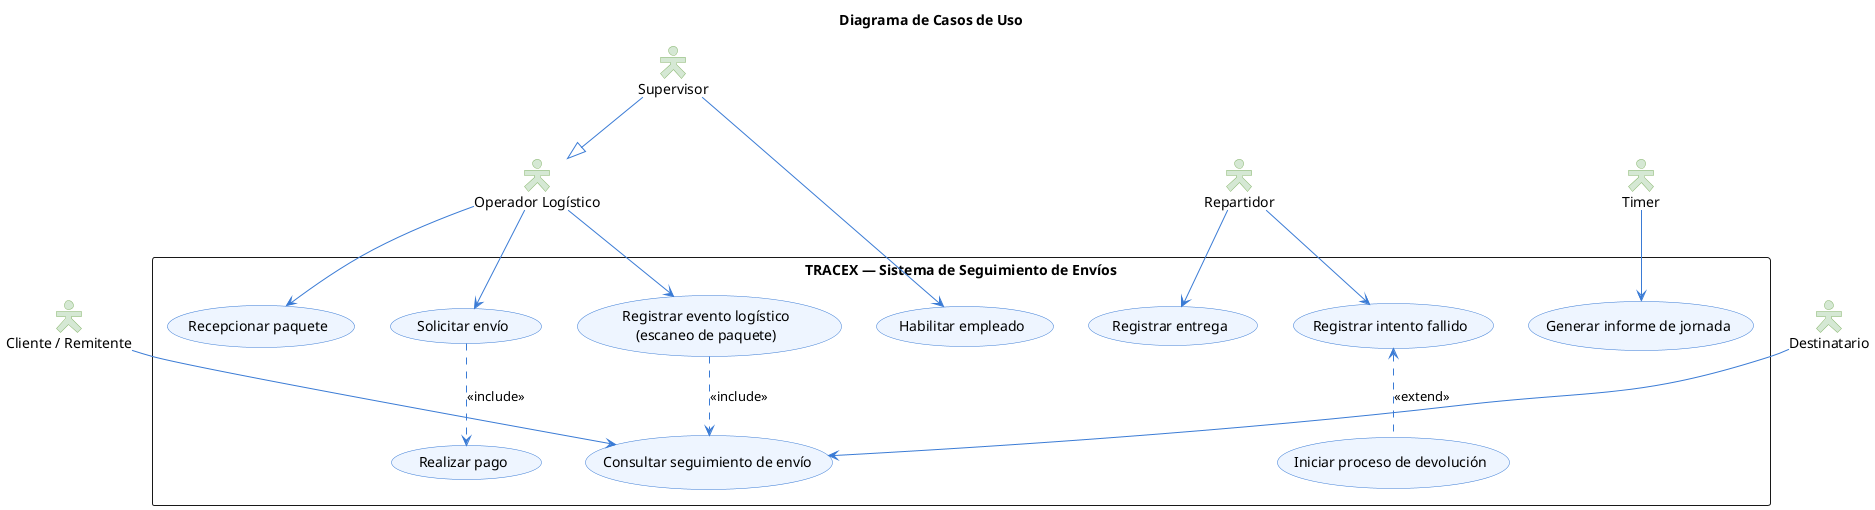
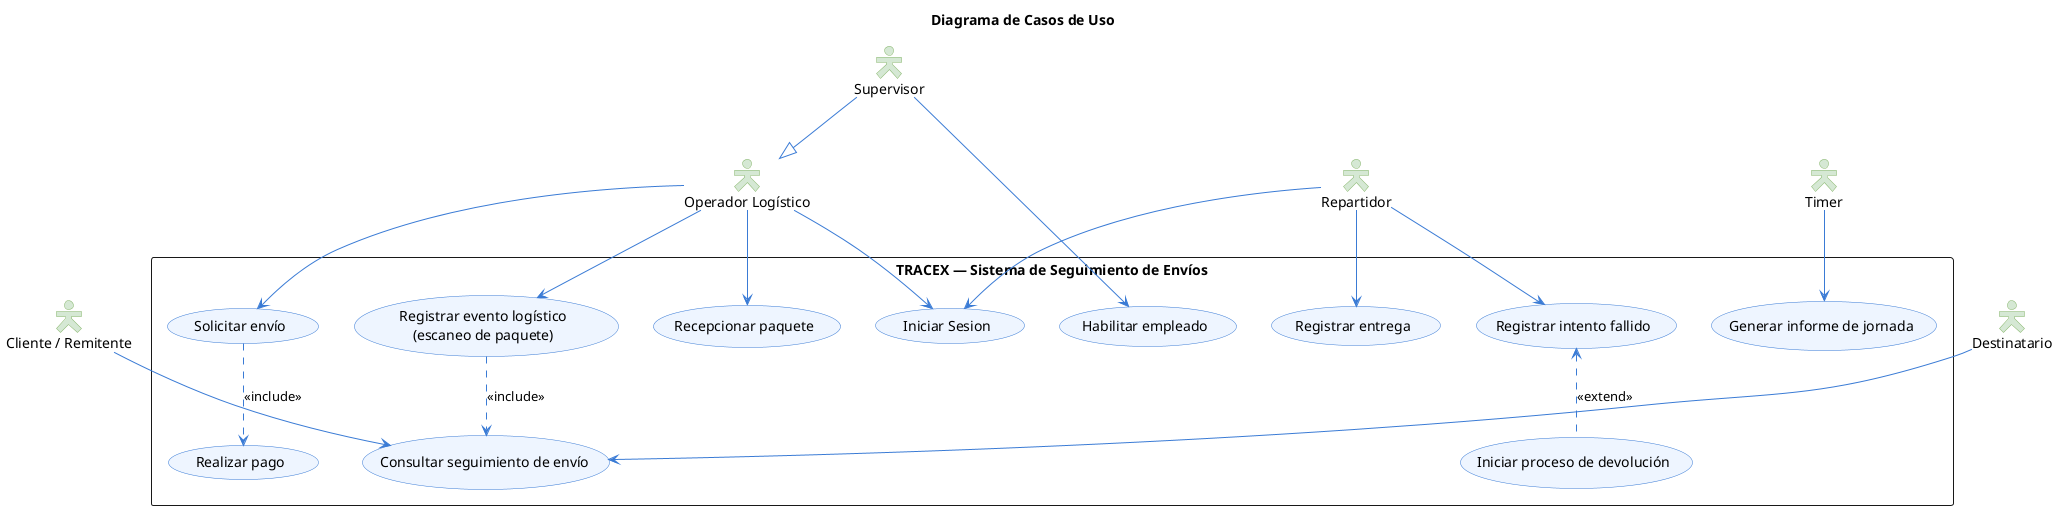
@startuml TRACEX_CasosDeUso

skinparam actorStyle hollow
skinparam packageStyle rectangle

skinparam usecase {
  BackgroundColor #EEF5FF
  BorderColor #3A7BD5
  ArrowColor #3A7BD5
}
skinparam actor {
  BackgroundColor #D5E8D4
  BorderColor #82B366
}

title Diagrama de Casos de Uso

' ─── ACTORES ───────────────────────────────────────────
actor "Cliente / Remitente" as Cliente
actor "Destinatario"        as Destinatario
actor "Operador Logístico"  as Operador
actor "Repartidor"          as Repartidor
actor "Supervisor"          as Supervisor
actor "Timer"       as Timer

' ─── SISTEMA ────────────────────────────────────────────
rectangle "TRACEX — Sistema de Seguimiento de Envíos" {

  ' --- Gestión de envíos (Cliente) ---
  usecase "Solicitar envío"                  as UC1
  usecase "Realizar pago"                    as UC1b
  usecase "Consultar seguimiento de envío"   as UC2

  ' --- Ciclo logístico (Operador) ---
  usecase "Registrar evento logístico\n(escaneo de paquete)" as UC3
  usecase "Recepcionar paquete" as UC3a

  ' --- Entrega (Repartidor) ---
  usecase "Registrar entrega"        as UC4
  usecase "Registrar intento fallido"        as UC5
  usecase "Iniciar proceso de devolución"    as UC7

  ' --- Administración ---
  usecase "Generar informe de jornada"       as UC8
  usecase "Habilitar empleado" as UC9
+ 
+   usecase "Iniciar Sesion" as UC10
}

' ─── RELACIONES ACTOR ↔ CASO DE USO ─────────────────────
Supervisor   --|> Operador
Supervisor   --> UC9

Cliente      --> UC2

Destinatario --> UC2

Operador     --> UC3
Operador     --> UC3a
Operador     --> UC1
+ Operador     --> UC10

Repartidor   --> UC4
Repartidor   --> UC5
+ Repartidor   --> UC10

Timer        --> UC8


' ─── RELACIONES ENTRE CASOS DE USO ──────────────────────
UC1 ..> UC1b : <<include>>

UC3 ..> UC2 : <<include>>

UC5 <.. UC7  : <<extend>>

@enduml